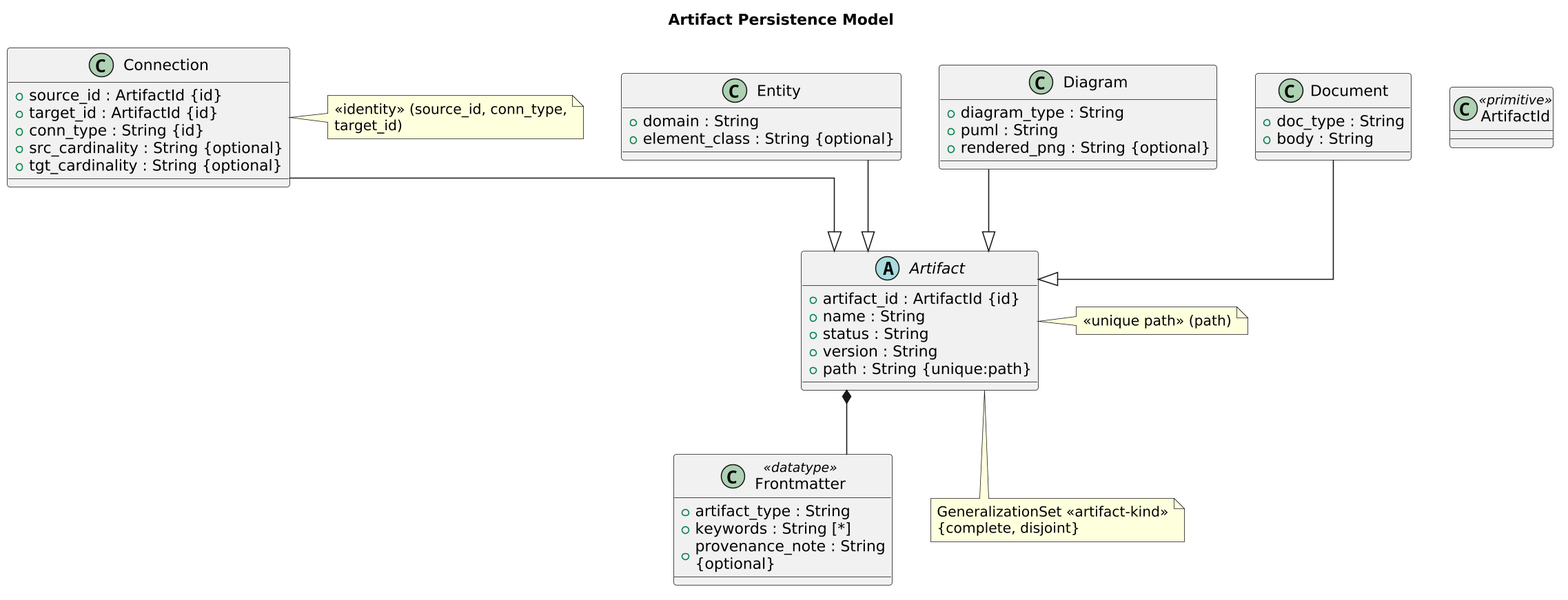
This is engagements/ENG-ARCH-REPO/architecture-repository/diagram-catalog/rendered/meta-ontology/DATATY@1782085920.9Nrbqf.artifact-persistence-model.png from mbauer83/architectonic, a PlantUML export, as it was before one commit.
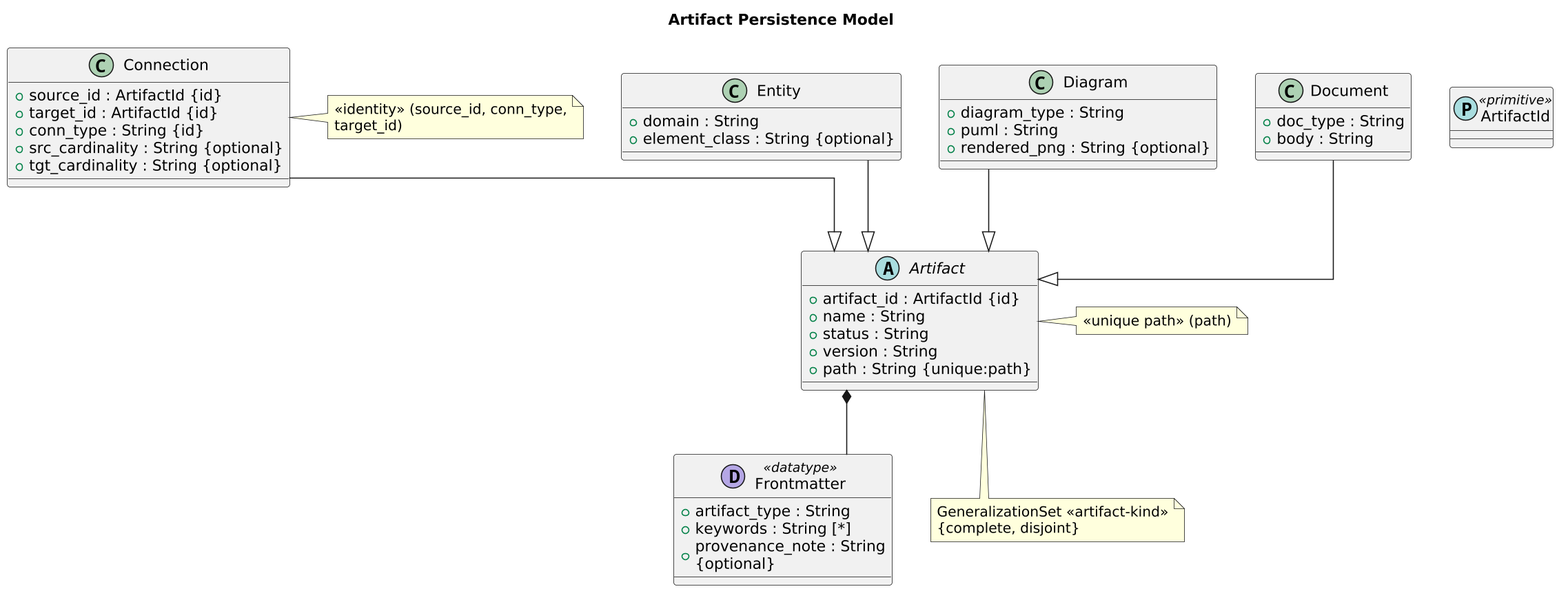
After the commit.

Commit message:
Diagram types: badge a datatype classifier as what it is, not as a class

Diff of the diagram source:
```diff
@@ -5,7 +5,7 @@
 skinparam wrapWidth 240
 skinparam maxMessageSize 240
 
-class "ArtifactId" as _CLF_1786983687_foS_lP_artifact_id <<primitive>> {
+class "ArtifactId" as _CLF_1786983687_foS_lP_artifact_id <<(P,#A9DCDF) primitive>> {
 }
 
 abstract class "Artifact" as _CLF_1782085920_ShZ_Qq_artifact {
@@ -46,7 +46,7 @@
   + body : String
 }
 
-class "Frontmatter" as _CLF_1782085920_GKQcVR_frontmatter <<datatype>> {
+class "Frontmatter" as _CLF_1782085920_GKQcVR_frontmatter <<(D,#B4A7E5) datatype>> {
   + artifact_type : String
   + keywords : String [*]
   + provenance_note : String {optional}
```
